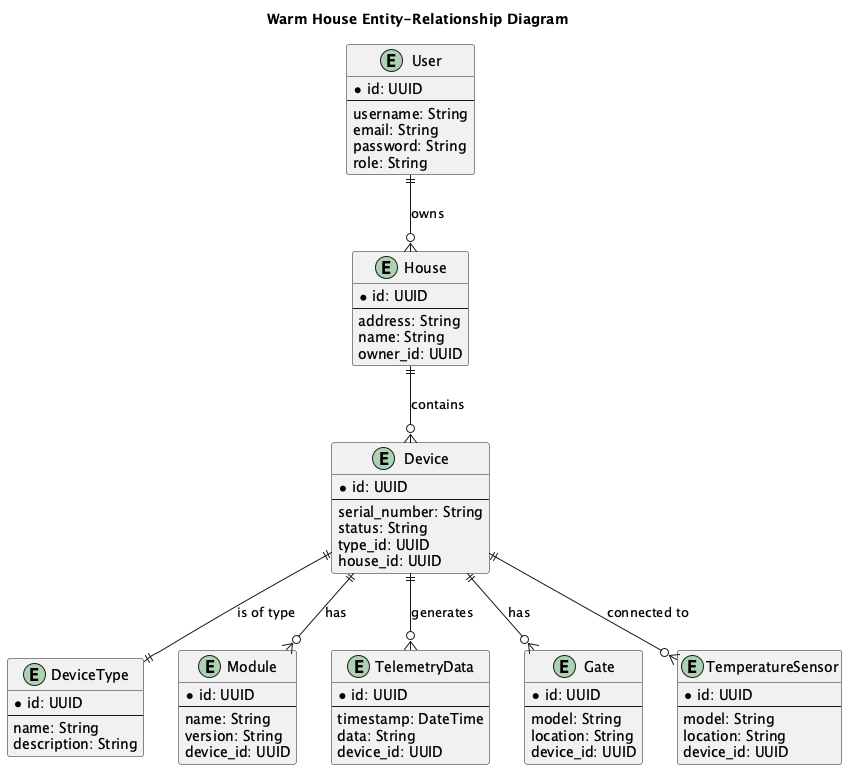
The PlantUML diagram diagrams/3_enities.png in tyazhelomov/architecture-sprint-3, before a commit. Source of this version:
```plantuml
@startuml

title Warm House Entity-Relationship Diagram

entity "User" as User {
  *id: UUID
  --
  username: String
  email: String
  password: String
  role: String
}

entity "House" as House {
  *id: UUID
  --
  address: String
  name: String
  owner_id: UUID
}

entity "Device" as Device {
  *id: UUID
  --
  serial_number: String
  status: String
  type_id: UUID
  house_id: UUID
}

entity "DeviceType" as DeviceType {
  *id: UUID
  --
  name: String
  description: String
}

entity "Module" as Module {
  *id: UUID
  --
  name: String
  version: String
  device_id: UUID
}

entity "TelemetryData" as TelemetryData {
  *id: UUID
  --
  timestamp: DateTime
  data: String
  device_id: UUID
}

entity "Gate" as Gate {
  *id: UUID
  --
  model: String
  location: String
  device_id: UUID
}

entity "TemperatureSensor" as TemperatureSensor {
  *id: UUID
  --
  model: String
  location: String
  device_id: UUID
}

User ||--o{ House : "owns"
House ||--o{ Device : "contains"
Device ||--|| DeviceType : "is of type"
Device ||--o{ Module : "has"
Device ||--o{ TelemetryData : "generates"
Device ||--o{ Gate : "has"
Device ||--o{ TemperatureSensor : "connected to"

@enduml
```
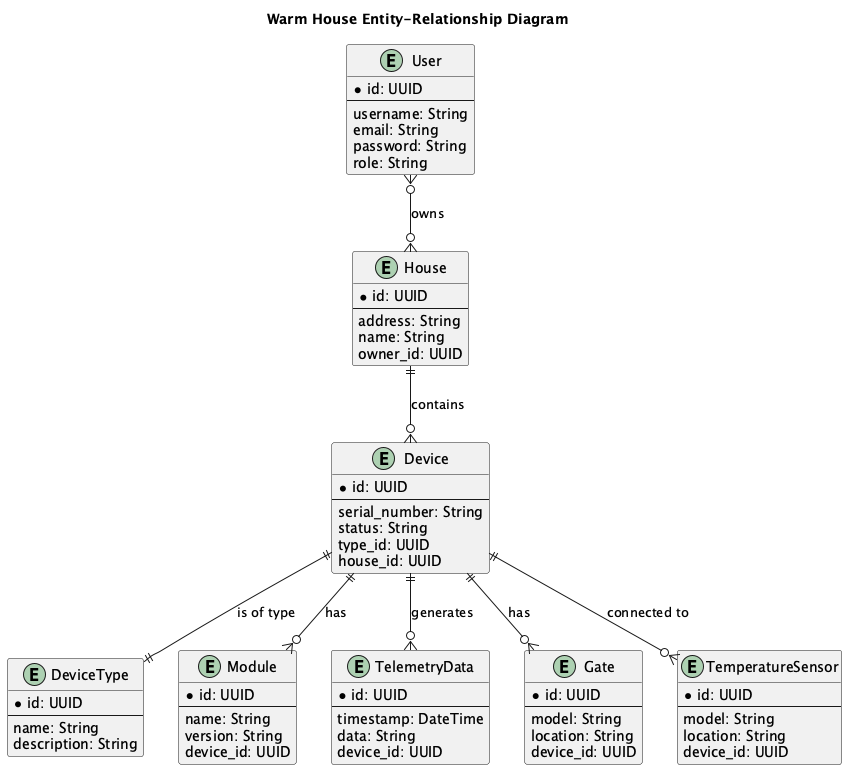
The same file after the commit.

Diff of the diagram source:
```diff
@@ -67,7 +67,7 @@
   device_id: UUID
 }
 
-User ||--o{ House : "owns"
+User }o--o{ House : "owns"
 House ||--o{ Device : "contains"
 Device ||--|| DeviceType : "is of type"
 Device ||--o{ Module : "has"
```
